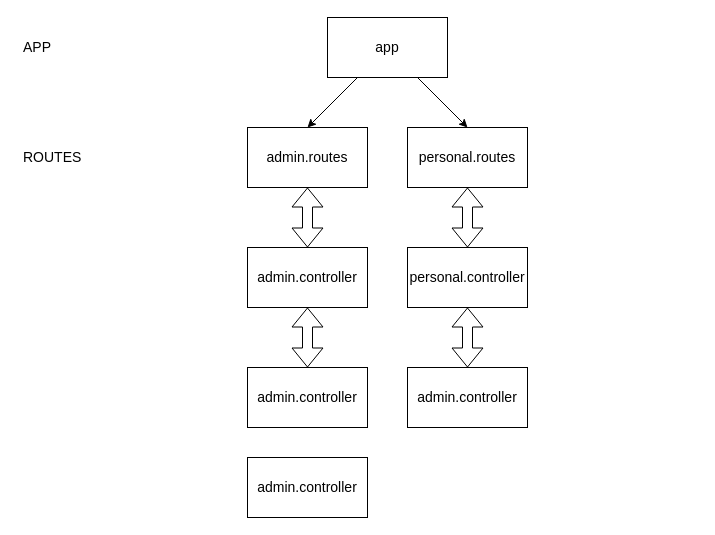
DarthKenar/VidelaSpect keeps this draw.io diagram as docs/concept.drawio. Above is the earlier version. Source tidied: cells renumbered, new cells numbered last; positions are measured from the earlier drawing's top-left corner, leaving out a move shared by most shapes. Both pictures are drawn from the tidied source at 100%, with x=0, y=0 at pixel (17, 17).
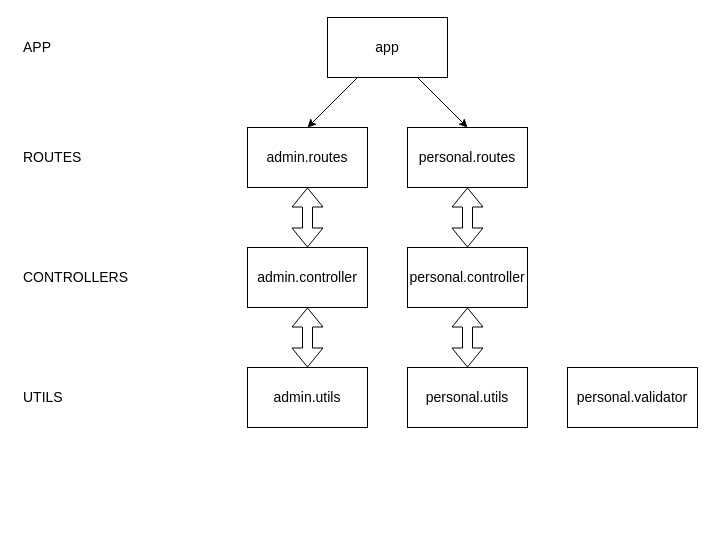
The same diagram, later.

What changed in the source:
```diff
@@
 <mxGraphModel>
   <root>
     <mxCell id="0" />
     <mxCell id="1" parent="0" />
     <mxCell id="2" style="edgeStyle=none;html=1;entryX=0.5;entryY=0;entryDx=0;entryDy=0;fontSize=14;" parent="1" edge="1" source="4" target="7">
       <mxGeometry relative="1" as="geometry" />
     </mxCell>
     <mxCell id="3" style="edgeStyle=none;html=1;entryX=0.5;entryY=0;entryDx=0;entryDy=0;fontSize=14;" parent="1" edge="1" source="4" target="8">
       <mxGeometry relative="1" as="geometry" />
     </mxCell>
     <mxCell id="4" value="app" style="rounded=0;whiteSpace=wrap;html=1;fontSize=14;" parent="1" vertex="1">
       <mxGeometry x="310" width="120" height="60" as="geometry" />
     </mxCell>
     <mxCell id="5" value="APP" style="text;strokeColor=none;fillColor=none;align=left;verticalAlign=middle;spacingLeft=4;spacingRight=4;overflow=hidden;whiteSpace=wrap;html=1;fontSize=14;" parent="1" vertex="1">
       <mxGeometry y="15" width="80" height="30" as="geometry" />
     </mxCell>
     <mxCell id="6" value="ROUTES" style="text;strokeColor=none;fillColor=none;align=left;verticalAlign=middle;spacingLeft=4;spacingRight=4;overflow=hidden;whiteSpace=wrap;html=1;fontSize=14;" parent="1" vertex="1">
       <mxGeometry y="125" width="80" height="30" as="geometry" />
     </mxCell>
     <mxCell id="7" value="admin.routes" style="rounded=0;whiteSpace=wrap;html=1;fontSize=14;" parent="1" vertex="1">
       <mxGeometry x="230" y="110" width="120" height="60" as="geometry" />
     </mxCell>
     <mxCell id="8" value="personal.routes" style="rounded=0;whiteSpace=wrap;html=1;fontSize=14;" parent="1" vertex="1">
       <mxGeometry x="390" y="110" width="120" height="60" as="geometry" />
     </mxCell>
     <mxCell id="9" value="admin.controller" style="rounded=0;whiteSpace=wrap;html=1;fontSize=14;" parent="1" vertex="1">
       <mxGeometry x="230" y="230" width="120" height="60" as="geometry" />
     </mxCell>
     <mxCell id="10" style="shape=flexArrow;endArrow=classic;startArrow=classic;html=1;fontSize=14;entryX=0.5;entryY=1;entryDx=0;entryDy=0;exitX=0.5;exitY=0;exitDx=0;exitDy=0;" parent="1" edge="1" source="9" target="7">
       <mxGeometry relative="1" as="geometry" />
     </mxCell>
     <mxCell id="11" value="personal.controller" style="rounded=0;whiteSpace=wrap;html=1;fontSize=14;" parent="1" vertex="1">
       <mxGeometry x="390" y="230" width="120" height="60" as="geometry" />
     </mxCell>
     <mxCell id="12" style="shape=flexArrow;endArrow=classic;startArrow=classic;html=1;fontSize=14;exitX=0.5;exitY=0;exitDx=0;exitDy=0;entryX=0.5;entryY=1;entryDx=0;entryDy=0;" parent="1" edge="1" source="11" target="8">
       <mxGeometry relative="1" as="geometry" />
     </mxCell>
-    <mxCell id="13" value="admin.controller" style="rounded=0;whiteSpace=wrap;html=1;fontSize=14;" parent="1" vertex="1">
+    <mxCell id="13" value="admin.utils" style="rounded=0;whiteSpace=wrap;html=1;fontSize=14;" parent="1" vertex="1">
       <mxGeometry x="230" y="350" width="120" height="60" as="geometry" />
     </mxCell>
     <mxCell id="14" style="shape=flexArrow;endArrow=classic;startArrow=classic;html=1;fontSize=14;entryX=0.5;entryY=1;entryDx=0;entryDy=0;exitX=0.5;exitY=0;exitDx=0;exitDy=0;" parent="1" edge="1" source="13" target="9">
       <mxGeometry relative="1" as="geometry" />
     </mxCell>
-    <mxCell id="15" value="admin.controller" style="rounded=0;whiteSpace=wrap;html=1;fontSize=14;" parent="1" vertex="1">
+    <mxCell id="15" value="personal.utils" style="rounded=0;whiteSpace=wrap;html=1;fontSize=14;" parent="1" vertex="1">
       <mxGeometry x="390" y="350" width="120" height="60" as="geometry" />
     </mxCell>
     <mxCell id="16" style="shape=flexArrow;endArrow=classic;startArrow=classic;html=1;fontSize=14;exitX=0.5;exitY=0;exitDx=0;exitDy=0;entryX=0.5;entryY=1;entryDx=0;entryDy=0;" parent="1" edge="1" source="15" target="11">
       <mxGeometry relative="1" as="geometry" />
     </mxCell>
-    <mxCell id="17" value="admin.controller" style="rounded=0;whiteSpace=wrap;html=1;fontSize=14;" parent="1" vertex="1">
-      <mxGeometry x="230" y="440" width="120" height="60" as="geometry" />
+    <mxCell id="17" value="personal.validator" style="rounded=0;whiteSpace=wrap;html=1;fontSize=14;" parent="1" vertex="1">
+      <mxGeometry x="550" y="350" width="130" height="60" as="geometry" />
     </mxCell>
+    <mxCell id="18" value="CONTROLLERS" style="text;strokeColor=none;fillColor=none;align=left;verticalAlign=middle;spacingLeft=4;spacingRight=4;overflow=hidden;whiteSpace=wrap;html=1;fontSize=14;" parent="1" vertex="1">
+      <mxGeometry y="245" width="120" height="30" as="geometry" />
+    </mxCell>
+    <mxCell id="19" value="UTILS" style="text;strokeColor=none;fillColor=none;align=left;verticalAlign=middle;spacingLeft=4;spacingRight=4;overflow=hidden;whiteSpace=wrap;html=1;fontSize=14;" parent="1" vertex="1">
+      <mxGeometry y="365" width="120" height="30" as="geometry" />
+    </mxCell>
   </root>
 </mxGraphModel>
```
